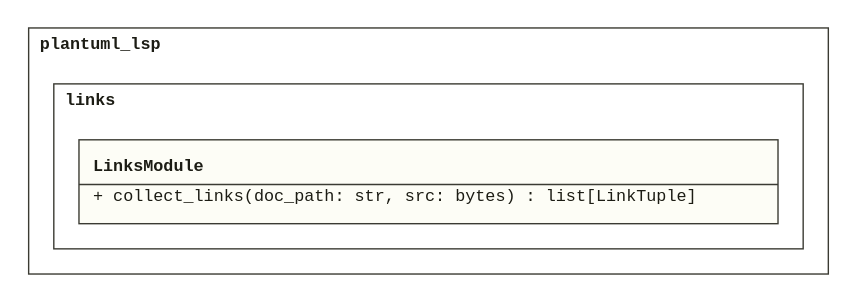
The PlantUML diagram doc/assets/CL_Links.svg in derivasoftware/plantuml-lsp, before a commit. Its source is kept beside it as design/lld/plantuml_lsp/CL_Links.puml. Source of this version:
```plantuml
@startuml CL_Links

!startsub LinksModule

namespace plantuml_lsp.links {
  class "<<module>>" as LinksModule {
    + collect_links(doc_path: str, src: bytes) : list[LinkTuple]
  }
}

!endsub

@enduml
```
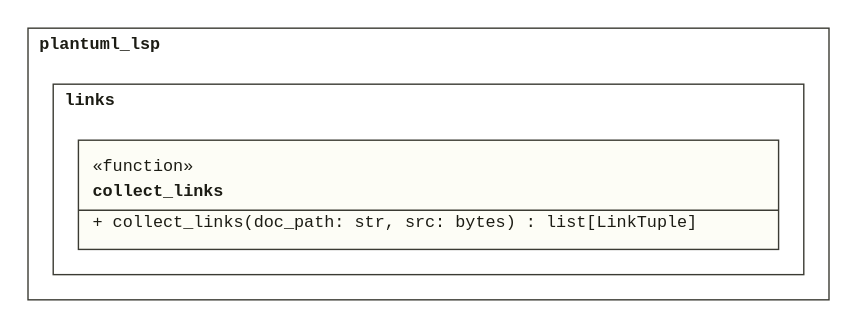
Later version of the same file.

Diff of the diagram source:
```diff
@@ -3,7 +3,7 @@
 !startsub LinksModule
 
 namespace plantuml_lsp.links {
-  class "<<module>>" as LinksModule {
+  class collect_links <<function>> {
     + collect_links(doc_path: str, src: bytes) : list[LinkTuple]
   }
 }
```
